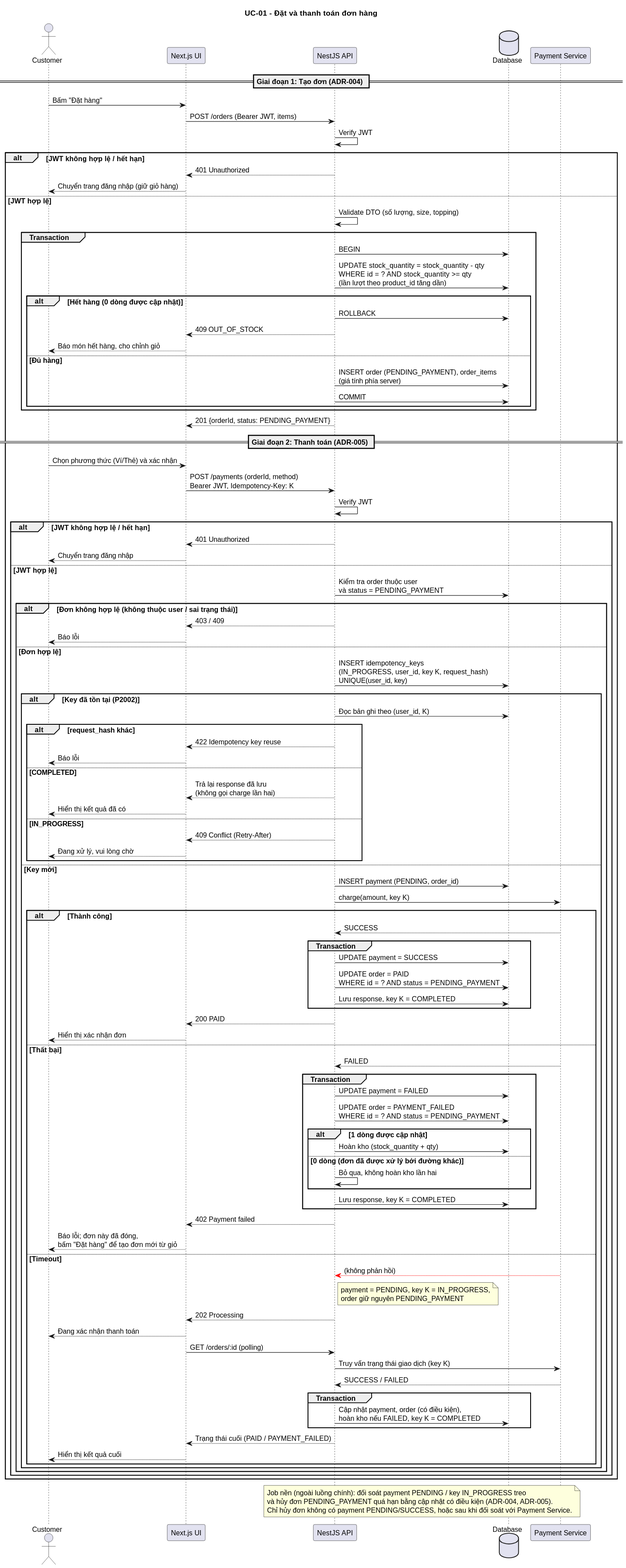
Earlier version of the PlantUML export docs/diagrams/sequence-checkout.svg (nhattranhuynhthien/BrewLite_Assignment_2).
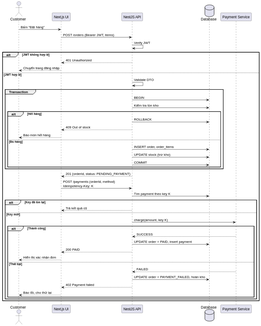
Later version of the same file.

Commit message:
docs: update checkout requirements and SRS

Change to the diagram source:
```diff
@@ -1,119 +1,50 @@
 @startuml
-title UC-01 - Đặt và thanh toán đơn hàng
-skinparam sequenceMessageAlign left
-skinparam dpi 200
-skinparam defaultFontSize 13
-
 actor Customer
 participant "Next.js UI" as UI
 participant "NestJS API" as API
 database "Database" as DB
 participant "Payment Service" as PAY
 
-== Giai đoạn 1: Tạo đơn (ADR-004) ==
-
 Customer -> UI: Bấm "Đặt hàng"
 UI -> API: POST /orders (Bearer JWT, items)
 API -> API: Verify JWT
-
-alt JWT không hợp lệ / hết hạn
+alt JWT không hợp lệ
   API --> UI: 401 Unauthorized
-  UI --> Customer: Chuyển trang đăng nhập (giữ giỏ hàng)
+  UI --> Customer: Chuyển trang đăng nhập
 else JWT hợp lệ
-  API -> API: Validate DTO (số lượng, size, topping)
+  API -> API: Validate DTO
   group Transaction
     API -> DB: BEGIN
-    API -> DB: UPDATE stock_quantity = stock_quantity - qty\nWHERE id = ? AND stock_quantity >= qty\n(lần lượt theo product_id tăng dần)
-    alt Hết hàng (0 dòng được cập nhật)
+    API -> DB: Kiểm tra tồn kho
+    alt Hết hàng
       API -> DB: ROLLBACK
-      API --> UI: 409 OUT_OF_STOCK
-      UI --> Customer: Báo món hết hàng, cho chỉnh giỏ
+      API --> UI: 409 Out of stock
+      UI --> Customer: Báo món hết hàng
     else Đủ hàng
-      API -> DB: INSERT order (PENDING_PAYMENT), order_items\n(giá tính phía server)
+      API -> DB: INSERT order, order_items
+      API -> DB: UPDATE stock (trừ kho)
       API -> DB: COMMIT
     end
   end
   API --> UI: 201 {orderId, status: PENDING_PAYMENT}
 
-  == Giai đoạn 2: Thanh toán (ADR-005) ==
-
-  Customer -> UI: Chọn phương thức (Ví/Thẻ) và xác nhận
-  UI -> API: POST /payments (orderId, method)\nBearer JWT, Idempotency-Key: K
-  API -> API: Verify JWT
-
-  alt JWT không hợp lệ / hết hạn
-    API --> UI: 401 Unauthorized
-    UI --> Customer: Chuyển trang đăng nhập
-  else JWT hợp lệ
-    API -> DB: Kiểm tra order thuộc user\nvà status = PENDING_PAYMENT
-    alt Đơn không hợp lệ (không thuộc user / sai trạng thái)
-      API --> UI: 403 / 409
-      UI --> Customer: Báo lỗi
-    else Đơn hợp lệ
-      API -> DB: INSERT idempotency_keys\n(IN_PROGRESS, user_id, key K, request_hash)\nUNIQUE(user_id, key)
-      alt Key đã tồn tại (P2002)
-        API -> DB: Đọc bản ghi theo (user_id, K)
-        alt request_hash khác
-          API --> UI: 422 Idempotency key reuse
-          UI --> Customer: Báo lỗi
-        else COMPLETED
-          API --> UI: Trả lại response đã lưu\n(không gọi charge lần hai)
-          UI --> Customer: Hiển thị kết quả đã có
-        else IN_PROGRESS
-          API --> UI: 409 Conflict (Retry-After)
-          UI --> Customer: Đang xử lý, vui lòng chờ
-        end
-      else Key mới
-        API -> DB: INSERT payment (PENDING, order_id)
-        API -> PAY: charge(amount, key K)
-        alt Thành công
-          PAY --> API: SUCCESS
-          group Transaction
-            API -> DB: UPDATE payment = SUCCESS
-            API -> DB: UPDATE order = PAID\nWHERE id = ? AND status = PENDING_PAYMENT
-            API -> DB: Lưu response, key K = COMPLETED
-          end
-          API --> UI: 200 PAID
-          UI --> Customer: Hiển thị xác nhận đơn
-        else Thất bại
-          PAY --> API: FAILED
-          group Transaction
-            API -> DB: UPDATE payment = FAILED
-            API -> DB: UPDATE order = PAYMENT_FAILED\nWHERE id = ? AND status = PENDING_PAYMENT
-            alt 1 dòng được cập nhật
-              API -> DB: Hoàn kho (stock_quantity + qty)
-            else 0 dòng (đơn đã được xử lý bởi đường khác)
-              API -> API: Bỏ qua, không hoàn kho lần hai
-            end
-            API -> DB: Lưu response, key K = COMPLETED
-          end
-          API --> UI: 402 Payment failed
-          UI --> Customer: Báo lỗi; đơn này đã đóng,\nbấm "Đặt hàng" để tạo đơn mới từ giỏ
-        else Timeout
-          PAY -[#red]-> API: (không phản hồi)
-          note right of API
-            payment = PENDING, key K = IN_PROGRESS,
-            order giữ nguyên PENDING_PAYMENT
-          end note
-          API --> UI: 202 Processing
-          UI --> Customer: Đang xác nhận thanh toán
-          UI -> API: GET /orders/:id (polling)
-          API -> PAY: Truy vấn trạng thái giao dịch (key K)
-          PAY --> API: SUCCESS / FAILED
-          group Transaction
-            API -> DB: Cập nhật payment, order (có điều kiện),\nhoàn kho nếu FAILED, key K = COMPLETED
-          end
-          API --> UI: Trạng thái cuối (PAID / PAYMENT_FAILED)
-          UI --> Customer: Hiển thị kết quả cuối
-        end
-      end
+  UI -> API: POST /payments (orderId, method)\nIdempotency-Key: K
+  API -> DB: Tìm payment theo key K
+  alt Key đã tồn tại
+    API --> UI: Trả kết quả cũ
+  else Key mới
+    API -> PAY: charge(amount, key K)
+    alt Thành công
+      PAY --> API: SUCCESS
+      API -> DB: UPDATE order = PAID, insert payment
+      API --> UI: 200 PAID
+      UI --> Customer: Hiển thị xác nhận đơn
+    else Thất bại
+      PAY --> API: FAILED
+      API -> DB: UPDATE order = PAYMENT_FAILED, hoàn kho
+      API --> UI: 402 Payment failed
+      UI --> Customer: Báo lỗi, cho thử lại
     end
   end
 end
-
-note over API, DB
-  Job nền (ngoài luồng chính): đối soát payment PENDING / key IN_PROGRESS treo
-  và hủy đơn PENDING_PAYMENT quá hạn bằng cập nhật có điều kiện (ADR-004, ADR-005).
-  Chỉ hủy đơn không có payment PENDING/SUCCESS, hoặc sau khi đối soát với Payment Service.
-end note
 @enduml
```
